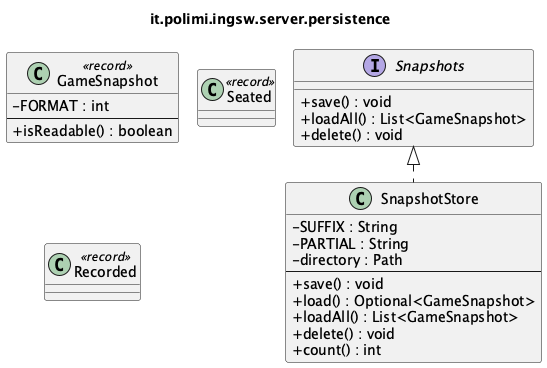
samuelesegrini/ing-sw-2025-segrini-terribile-varricchio-zanca keeps this PlantUML diagram as docs/uml/detailed/it_polimi_ingsw_server_persistence.png. Above is the earlier version. Its diagram source:
```plantuml
@startuml it_polimi_ingsw_server_persistence
!pragma layout smetana
skinparam shadowing false
skinparam classAttributeIconSize 0
title it.polimi.ingsw.server.persistence

class GameSnapshot <<record>> {
  -FORMAT : int
  --
  +isReadable() : boolean
}
class Seated <<record>> {
}
class Recorded <<record>> {
}
class SnapshotStore {
  -SUFFIX : String
  -PARTIAL : String
  -directory : Path
  --
  +save() : void
  +load() : Optional<GameSnapshot>
  +loadAll() : List<GameSnapshot>
  +delete() : void
  +count() : int
}
interface Snapshots {
  +save() : void
  +loadAll() : List<GameSnapshot>
  +delete() : void
}

Snapshots <|.. SnapshotStore
@enduml
```
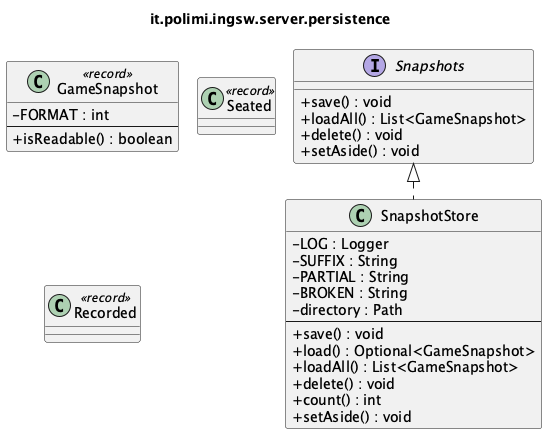
The same file after the commit.

The edit, as a diff of the source:
```diff
@@ -14,8 +14,10 @@
 class Recorded <<record>> {
 }
 class SnapshotStore {
+  -LOG : Logger
   -SUFFIX : String
   -PARTIAL : String
+  -BROKEN : String
   -directory : Path
   --
   +save() : void
@@ -23,11 +25,13 @@
   +loadAll() : List<GameSnapshot>
   +delete() : void
   +count() : int
+  +setAside() : void
 }
 interface Snapshots {
   +save() : void
   +loadAll() : List<GameSnapshot>
   +delete() : void
+  +setAside() : void
 }
 
 Snapshots <|.. SnapshotStore
```
